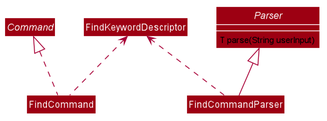
Earlier version of the PlantUML export docs/images/FindCommandClassDiagram.png (nus-cs2103-AY1920S2/addressbook-level3). Its diagram source:
```plantuml
@startuml









skinparam BackgroundColor #FFFFFFF

skinparam Shadowing false

skinparam Class {
    FontColor #FFFFFF
    BorderThickness 1
    BorderColor #FFFFFF
    StereotypeFontColor #FFFFFF
    FontName Arial
}

skinparam Actor {
    BorderColor #000000
    Color #000000
    FontName Arial
}

skinparam Sequence {
    MessageAlign center
    BoxFontSize 15
    BoxPadding 0
    BoxFontColor #FFFFFF
    FontName Arial
}

skinparam Participant {
    FontColor #FFFFFFF
    Padding 20
}

skinparam MinClassWidth 50
skinparam ParticipantPadding 10
skinparam Shadowing false
skinparam DefaultTextAlignment center
skinparam packageStyle Rectangle

hide footbox
hide members
hide circle
show interface members
skinparam arrowThickness 1.1
skinparam classBackgroundColor #9D0012

abstract class Command

interface Parser {
	T parse(String userInput)
}

class FindCommand

class FindKeywordDescriptor

class FindCommandParser

Command <|.. FindCommand

Parser <|-- FindCommandParser

FindKeywordDescriptor <.. FindCommand
FindKeywordDescriptor <.. FindCommandParser


@enduml
```
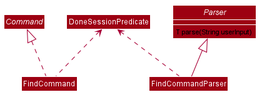
After the change.

What changed in the source:
```diff
@@ -60,7 +60,7 @@
 
 class FindCommand
 
-class FindKeywordDescriptor
+class DoneSessionPredicate
 
 class FindCommandParser
 
@@ -68,8 +68,8 @@
 
 Parser <|-- FindCommandParser
 
-FindKeywordDescriptor <.. FindCommand
-FindKeywordDescriptor <.. FindCommandParser
+DoneSessionPredicate <.. FindCommand
+DoneSessionPredicate <.. FindCommandParser
 
 
 @enduml
```
